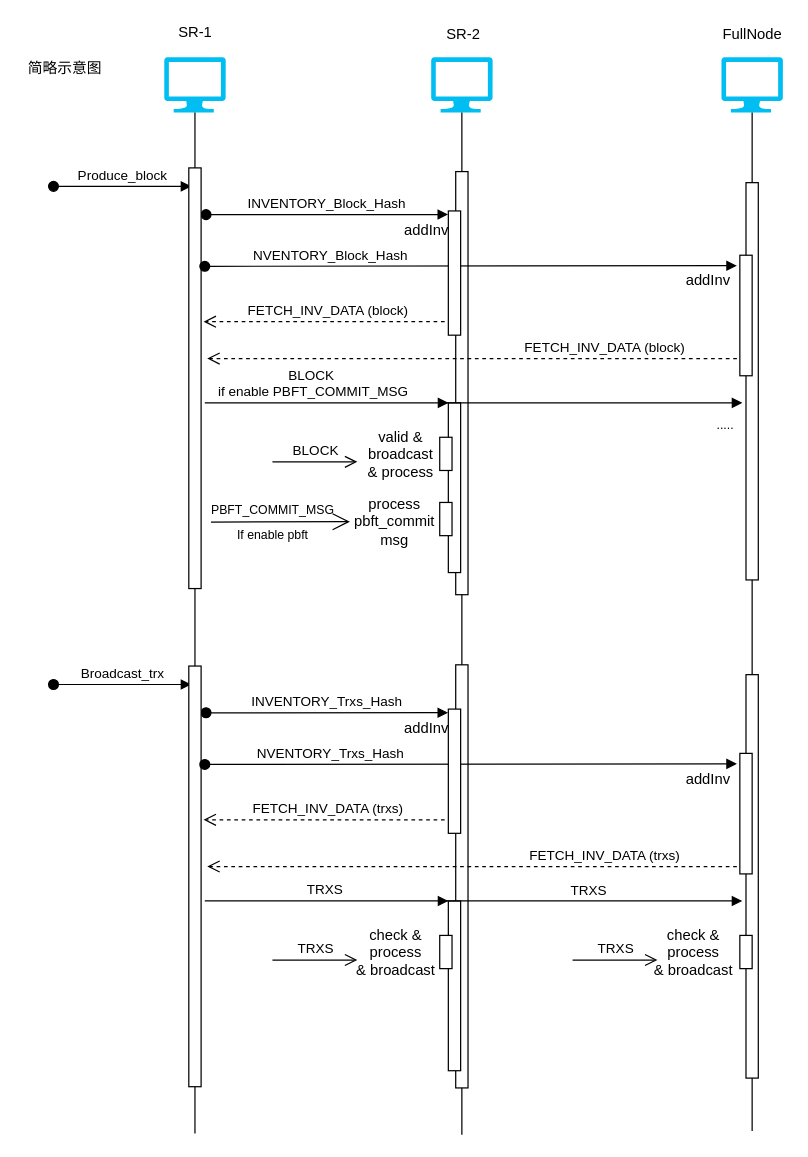
Above: design/p2p_protocol.drawio in blockchain-private-network/tron-local-private-network (draw.io), before the change. Source tidied: cells renumbered, new cells numbered last; positions are measured from the earlier drawing's top-left corner, leaving out a move shared by most shapes. Both pictures are drawn from the tidied source at 123%, with x=0, y=0 at pixel (21, 21).
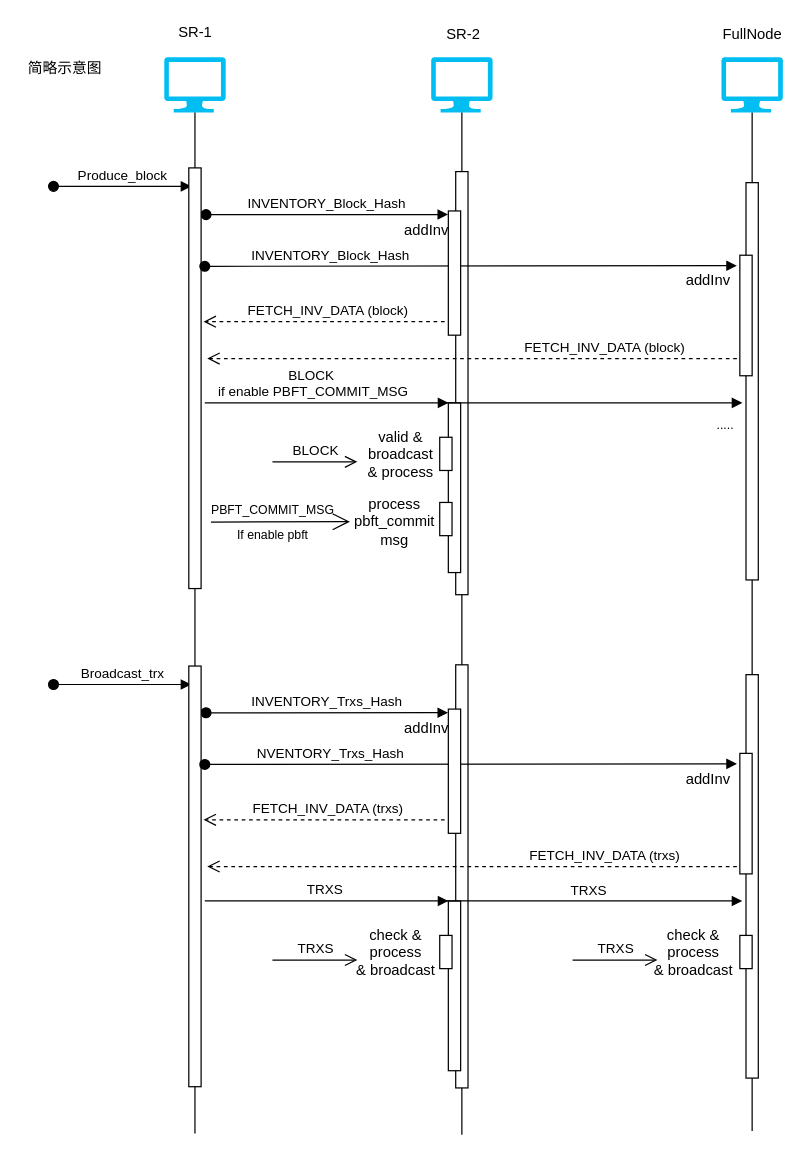
Above is the later version.

Commit message (it also covers changes not shown here):
add the easytransfer with private key interface

The change refers to these unchanged cells:
```xml
<mxCell id="23" style="html=1;points=[];perimeter=orthogonalPerimeter;" parent="1" vertex="1">
  <mxGeometry x="584" y="190" width="10" height="98" as="geometry" />
</mxCell>
```

The edit, as a diff of the source:
```diff
@@
-    <mxCell id="16" value="NVENTORY_Block_Hash" style="html=1;verticalAlign=bottom;startArrow=oval;endArrow=block;startSize=8;entryX=-0.243;entryY=0.087;entryDx=0;entryDy=0;entryPerimeter=0;" parent="1" edge="1" target="23">
+    <mxCell id="16" value="INVENTORY_Block_Hash" style="html=1;verticalAlign=bottom;startArrow=oval;endArrow=block;startSize=8;entryX=-0.243;entryY=0.087;entryDx=0;entryDy=0;entryPerimeter=0;" parent="1" edge="1" target="23">
       <mxGeometry x="-0.53" relative="1" as="geometry">
         <mxPoint x="149" y="199" as="sourcePoint" />
       </mxGeometry>
     </mxCell>
```
